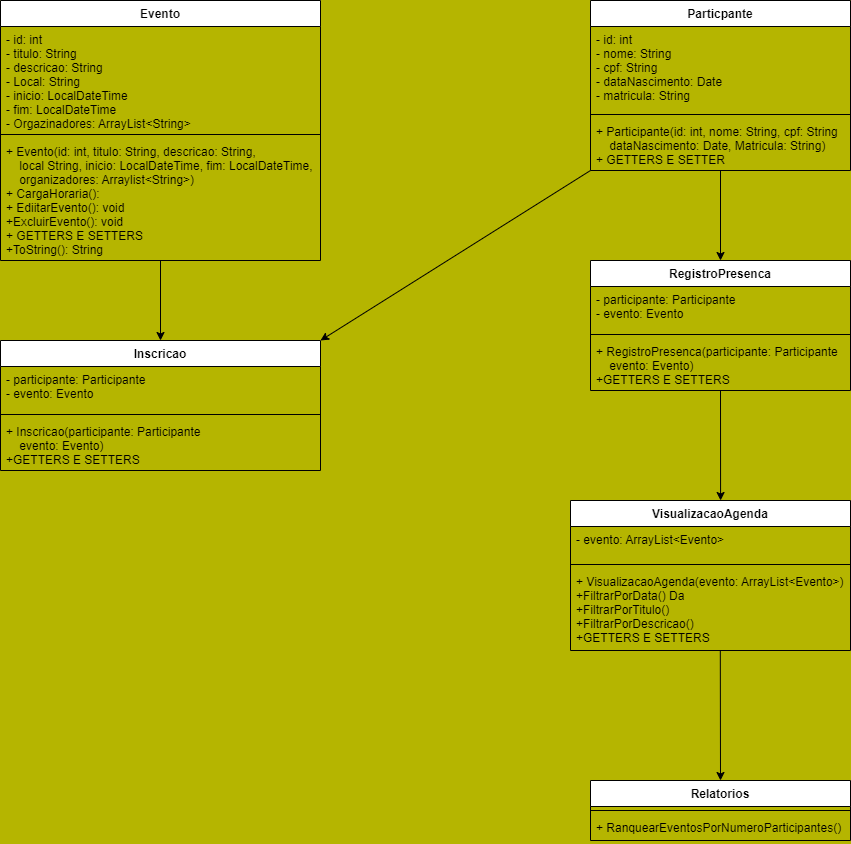
This is UML.drawio.png from Emanuel3k/POO-Sistema-de-Eventos, a draw.io export, as it was before one commit. Source tidied: cells renumbered, new cells last; positions are measured from the earlier drawing's top-left corner, leaving out a move shared by most shapes.
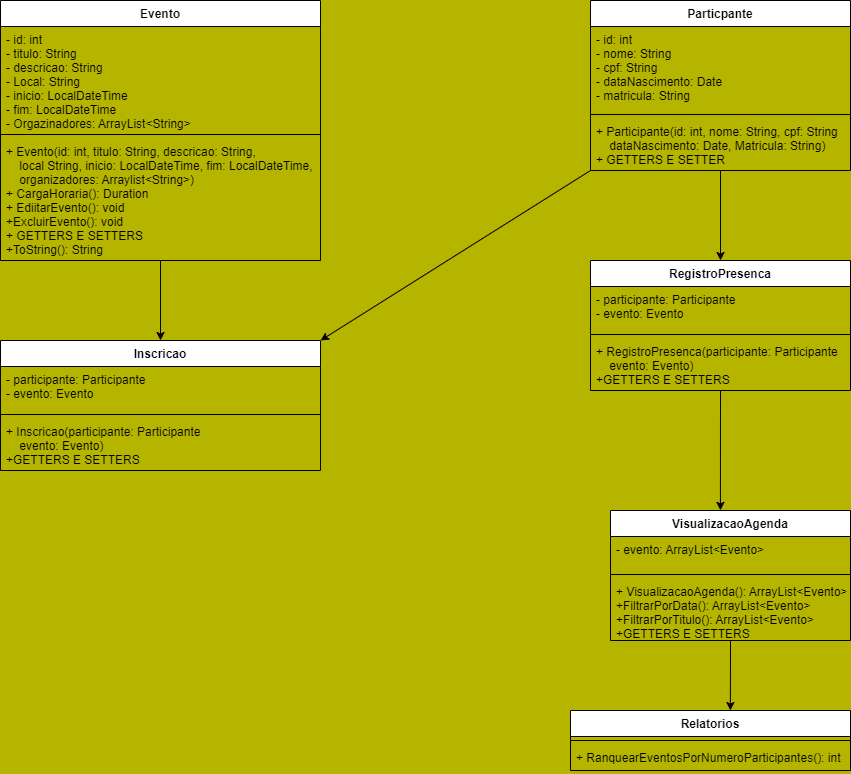
The same diagram one commit later.

Commit message:
Atualização da UML

Diff of the diagram source:
```diff
@@ -14,7 +14,7 @@
     <mxCell id="5" style="line;strokeWidth=1;fillColor=none;align=left;verticalAlign=middle;spacingTop=-1;spacingLeft=3;spacingRight=3;labelPosition=right;strokeColor=inherit;" parent="3" vertex="1">
       <mxGeometry y="130" width="320" height="8" as="geometry" />
     </mxCell>
-    <mxCell id="6" value="+ Evento(id: int, titulo: String, descricao: String,&#10;    local String, inicio: LocalDateTime, fim: LocalDateTime,&#10;    organizadores: Arraylist&lt;String&gt;)&#10;+ CargaHoraria(): &#10;+ EdiitarEvento(): void&#10;+ExcluirEvento(): void&#10;+ GETTERS E SETTERS&#10;+ToString(): String&#10;&#10;" style="text;strokeColor=none;fillColor=none;align=left;verticalAlign=top;spacingLeft=4;spacingRight=4;overflow=hidden;labelBackgroundColor=none;" parent="3" vertex="1">
+    <mxCell id="6" value="+ Evento(id: int, titulo: String, descricao: String,&#10;    local String, inicio: LocalDateTime, fim: LocalDateTime,&#10;    organizadores: Arraylist&lt;String&gt;)&#10;+ CargaHoraria(): Duration&#10;+ EdiitarEvento(): void&#10;+ExcluirEvento(): void&#10;+ GETTERS E SETTERS&#10;+ToString(): String&#10;&#10;" style="text;strokeColor=none;fillColor=none;align=left;verticalAlign=top;spacingLeft=4;spacingRight=4;overflow=hidden;labelBackgroundColor=none;" parent="3" vertex="1">
       <mxGeometry y="138" width="320" height="122" as="geometry" />
     </mxCell>
     <mxCell id="7" style="edgeStyle=none;html=1;exitX=0.5;exitY=1;exitDx=0;exitDy=0;entryX=0.5;entryY=0;entryDx=0;entryDy=0;" parent="1" edge="1" source="9" target="14">
@@ -35,7 +35,7 @@
     <mxCell id="12" value="+ Participante(id: int, nome: String, cpf: String&#10;    dataNascimento: Date, Matricula: String)&#10;+ GETTERS E SETTER" style="text;strokeColor=none;fillColor=none;align=left;verticalAlign=top;spacingLeft=4;spacingRight=4;overflow=hidden;labelBackgroundColor=none;" parent="9" vertex="1">
       <mxGeometry y="118" width="260" height="52" as="geometry" />
     </mxCell>
-    <mxCell id="13" style="edgeStyle=none;html=1;exitX=0.5;exitY=1;exitDx=0;exitDy=0;entryX=0.536;entryY=0;entryDx=0;entryDy=0;entryPerimeter=0;" parent="1" edge="1" source="14" target="23">
+    <mxCell id="13" style="edgeStyle=none;html=1;exitX=0.5;exitY=1;exitDx=0;exitDy=0;entryX=0.458;entryY=-0.001;entryDx=0;entryDy=0;entryPerimeter=0;" parent="1" edge="1" source="14" target="23">
       <mxGeometry relative="1" as="geometry" />
     </mxCell>
     <mxCell id="14" value="RegistroPresenca" style="swimlane;fontStyle=1;align=center;verticalAlign=top;horizontal=1;startSize=26;labelBackgroundColor=none;" parent="1" vertex="1">
@@ -62,29 +62,29 @@
     <mxCell id="21" value="+ Inscricao(participante: Participante&#10;    evento: Evento)&#10;+GETTERS E SETTERS&#10;&#10;&#10;&#10;" style="text;strokeColor=none;fillColor=none;align=left;verticalAlign=top;spacingLeft=4;spacingRight=4;overflow=hidden;labelBackgroundColor=none;" parent="18" vertex="1">
       <mxGeometry y="78" width="320" height="52" as="geometry" />
     </mxCell>
-    <mxCell id="22" style="edgeStyle=none;html=1;exitX=0.535;exitY=0.997;exitDx=0;exitDy=0;entryX=0.5;entryY=0;entryDx=0;entryDy=0;exitPerimeter=0;" parent="1" edge="1" source="26" target="27">
-      <mxGeometry relative="1" as="geometry" />
-    </mxCell>
+    <mxCell id="30" style="edgeStyle=none;html=1;exitX=0.5;exitY=1;exitDx=0;exitDy=0;entryX=0.571;entryY=0;entryDx=0;entryDy=0;entryPerimeter=0;" parent="1" edge="1" source="23" target="27">
+      <mxGeometry relative="1" as="geometry" />
+    </mxCell>
     <mxCell id="23" value="VisualizacaoAgenda" style="swimlane;fontStyle=1;align=center;verticalAlign=top;horizontal=1;startSize=26;labelBackgroundColor=none;" parent="1" vertex="1">
-      <mxGeometry x="570" y="500" width="280" height="150" as="geometry" />
+      <mxGeometry x="610" y="510" width="240" height="130" as="geometry" />
     </mxCell>
     <mxCell id="24" value="- evento: ArrayList&lt;Evento&gt;" style="text;strokeColor=none;fillColor=none;align=left;verticalAlign=top;spacingLeft=4;spacingRight=4;overflow=hidden;labelBackgroundColor=none;" parent="23" vertex="1">
-      <mxGeometry y="26" width="280" height="34" as="geometry" />
+      <mxGeometry y="26" width="240" height="34" as="geometry" />
     </mxCell>
     <mxCell id="25" style="line;strokeWidth=1;fillColor=none;align=left;verticalAlign=middle;spacingTop=-1;spacingLeft=3;spacingRight=3;labelPosition=right;strokeColor=inherit;labelBackgroundColor=none;" parent="23" vertex="1">
-      <mxGeometry y="60" width="280" height="8" as="geometry" />
+      <mxGeometry y="60" width="240" height="8" as="geometry" />
     </mxCell>
-    <mxCell id="26" value="+ VisualizacaoAgenda(evento: ArrayList&lt;Evento&gt;)&#10;+FiltrarPorData() Da&#10;+FiltrarPorTitulo()&#10;+FiltrarPorDescricao()&#10;+GETTERS E SETTERS&#10;&#10;&#10;&#10;" style="text;strokeColor=none;fillColor=none;align=left;verticalAlign=top;spacingLeft=4;spacingRight=4;overflow=hidden;points=[[0,0.5],[1,0.5]];portConstraint=eastwest;labelBackgroundColor=none;" parent="23" vertex="1">
-      <mxGeometry y="68" width="280" height="82" as="geometry" />
+    <mxCell id="26" value="+ VisualizacaoAgenda(): ArrayList&lt;Evento&gt;&#10;+FiltrarPorData(): ArrayList&lt;Evento&gt;&#10;+FiltrarPorTitulo(): ArrayList&lt;Evento&gt;&#10;+GETTERS E SETTERS&#10;&#10;&#10;&#10;" style="text;strokeColor=none;fillColor=none;align=left;verticalAlign=top;spacingLeft=4;spacingRight=4;overflow=hidden;points=[[0,0.5],[1,0.5]];portConstraint=eastwest;labelBackgroundColor=none;" parent="23" vertex="1">
+      <mxGeometry y="68" width="240" height="62" as="geometry" />
     </mxCell>
     <mxCell id="27" value="Relatorios" style="swimlane;fontStyle=1;align=center;verticalAlign=top;horizontal=1;startSize=26;labelBackgroundColor=none;" parent="1" vertex="1">
-      <mxGeometry x="590" y="780" width="260" height="60" as="geometry" />
+      <mxGeometry x="570" y="710" width="280" height="60" as="geometry" />
     </mxCell>
     <mxCell id="28" style="line;strokeWidth=1;fillColor=none;align=left;verticalAlign=middle;spacingTop=-1;spacingLeft=3;spacingRight=3;labelPosition=right;strokeColor=inherit;labelBackgroundColor=none;" parent="27" vertex="1">
-      <mxGeometry y="26" width="260" height="8" as="geometry" />
+      <mxGeometry y="26" width="280" height="8" as="geometry" />
     </mxCell>
-    <mxCell id="29" value="+ RanquearEventosPorNumeroParticipantes()" style="text;strokeColor=none;fillColor=none;align=left;verticalAlign=top;spacingLeft=4;spacingRight=4;overflow=hidden;labelBackgroundColor=none;" parent="27" vertex="1">
-      <mxGeometry y="34" width="260" height="26" as="geometry" />
+    <mxCell id="29" value="+ RanquearEventosPorNumeroParticipantes(): int" style="text;strokeColor=none;fillColor=none;align=left;verticalAlign=top;spacingLeft=4;spacingRight=4;overflow=hidden;labelBackgroundColor=none;" parent="27" vertex="1">
+      <mxGeometry y="34" width="280" height="26" as="geometry" />
     </mxCell>
   </root>
 </mxGraphModel>
```
